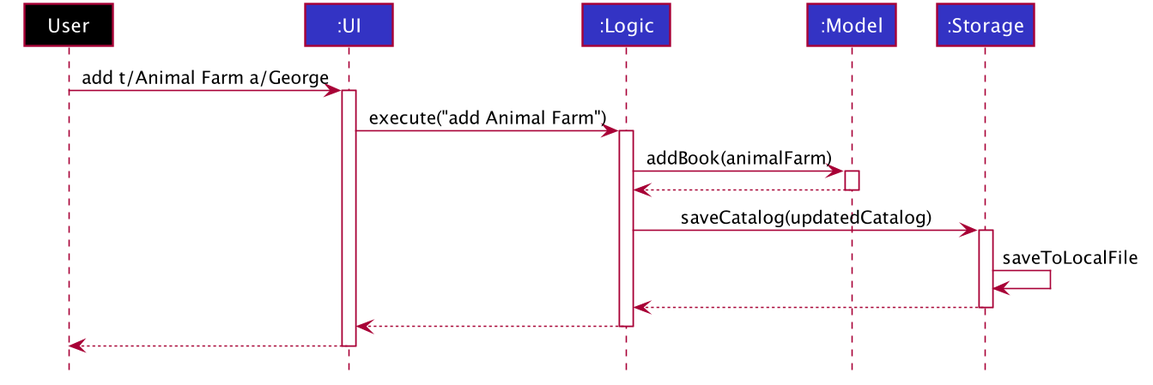
Earlier version of the PlantUML export docs/images/AddBook.png (nus-cs2103-AY1920S1/addressbook-level3).
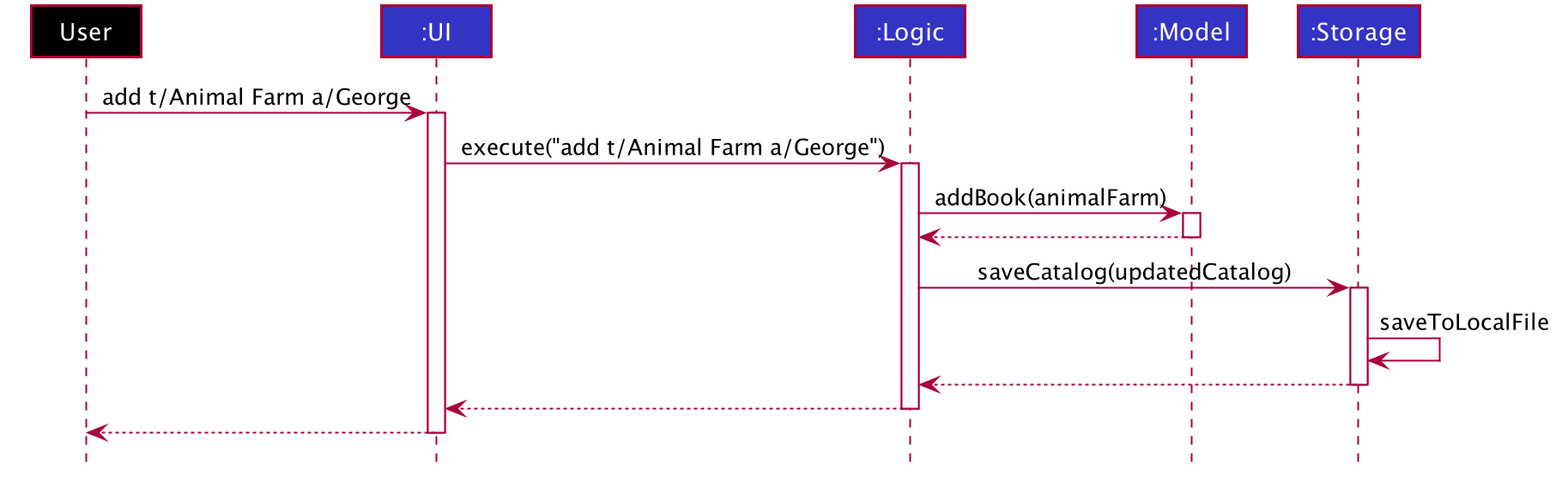
Above is the later version.

Commit message:
Update execute command in uml diagram

The edit, as a diff of the source:
```diff
@@ -57,7 +57,7 @@
 User -> UI : add t/Animal Farm a/George
 activate UI
 
-UI -> Logic : execute("add Animal Farm")
+UI -> Logic : execute("add t/Animal Farm a/George")
 activate Logic
 
 Logic -> Model : addBook(animalFarm)
```
